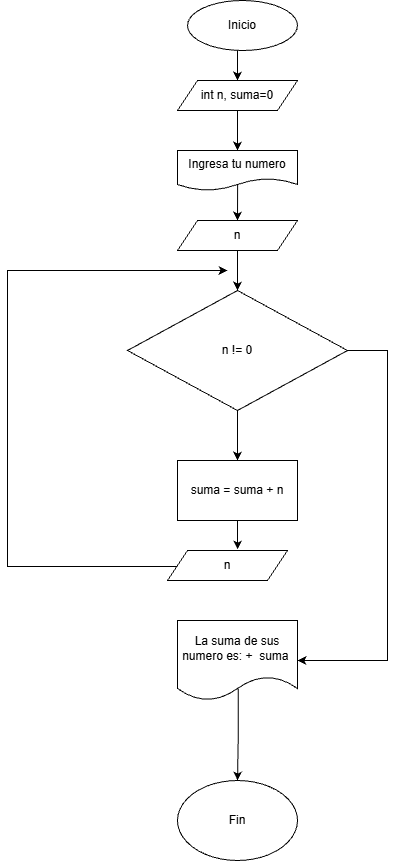
juanjo-guerra/FDP_Tarea keeps this draw.io diagram as Ejercicios_while/Flujogramas/Flujograma Ejercicio2.drawio.png. Above is the earlier version. Source tidied: cells renumbered, new cells last; positions are measured from the earlier drawing's top-left corner, leaving out a move shared by most shapes.
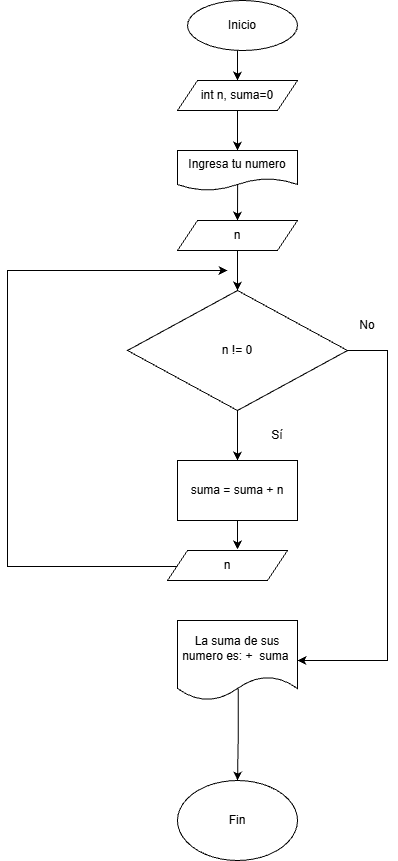
Above is the later version.

What changed in the source:
```diff
@@ -75,5 +75,11 @@
     <mxCell id="19" value="n" style="shape=parallelogram;perimeter=parallelogramPerimeter;whiteSpace=wrap;html=1;fixedSize=1;" parent="1" vertex="1">
       <mxGeometry x="160" y="550" width="120" height="30" as="geometry" />
     </mxCell>
+    <mxCell id="20" value="Sí" style="text;html=1;whiteSpace=wrap;strokeColor=none;fillColor=none;align=center;verticalAlign=middle;rounded=0;" parent="1" vertex="1">
+      <mxGeometry x="240" y="420" width="60" height="30" as="geometry" />
+    </mxCell>
+    <mxCell id="21" value="No" style="text;html=1;whiteSpace=wrap;strokeColor=none;fillColor=none;align=center;verticalAlign=middle;rounded=0;" parent="1" vertex="1">
+      <mxGeometry x="330" y="310" width="60" height="30" as="geometry" />
+    </mxCell>
   </root>
 </mxGraphModel>
```
